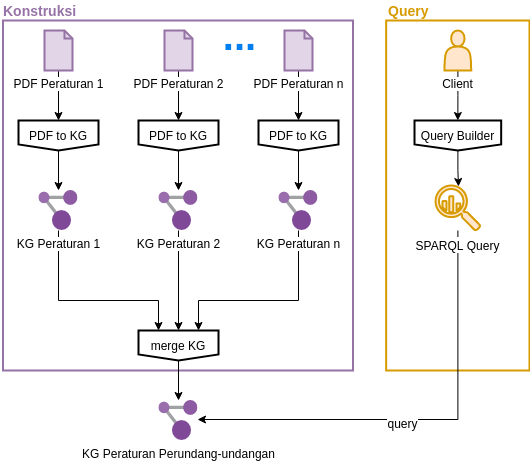
Before: paper/pictures/outline.png, a diagram exported from draw.io (aabccd021/legal-kg). Source tidied: cells renumbered, new cells last; positions are measured from the earlier drawing's top-left corner, leaving out a move shared by most shapes. The source it was exported from:
```xml
<mxGraphModel background="#FFFFFF">
  <root>
    <mxCell id="0" />
    <mxCell id="1" parent="0" />
    <mxCell id="2" style="rounded=0;whiteSpace=wrap;html=1;labelBackgroundColor=white;sketch=0;strokeWidth=2;fontSize=12;strokeColor=#d79b00;fillColor=none;" parent="1" vertex="1">
      <mxGeometry x="385.7" y="20" width="143.3" height="350" as="geometry" />
    </mxCell>
    <mxCell id="3" style="whiteSpace=wrap;html=1;labelBackgroundColor=white;sketch=0;strokeWidth=2;strokeColor=#9673a6;" parent="1" vertex="1">
      <mxGeometry x="2.5" y="20" width="350" height="350" as="geometry" />
    </mxCell>
    <mxCell id="4" style="edgeStyle=orthogonalEdgeStyle;rounded=0;jettySize=auto;html=1;fontColor=#0080F0;" parent="1" edge="1" source="5" target="22">
      <mxGeometry relative="1" as="geometry" />
    </mxCell>
    <mxCell id="5" value="PDF Peraturan 1" style="html=1;verticalLabelPosition=bottom;align=center;labelBackgroundColor=#ffffff;verticalAlign=top;strokeWidth=2;strokeColor=#9673a6;shadow=0;dashed=0;shape=mxgraph.ios7.icons.document;fillColor=#e1d5e7;" parent="1" vertex="1">
      <mxGeometry x="44" y="30" width="28" height="40" as="geometry" />
    </mxCell>
    <mxCell id="6" style="edgeStyle=orthogonalEdgeStyle;rounded=0;jettySize=auto;html=1;fontColor=#0080F0;" parent="1" edge="1" source="7" target="20">
      <mxGeometry relative="1" as="geometry" />
    </mxCell>
    <mxCell id="7" value="PDF Peraturan 2" style="html=1;verticalLabelPosition=bottom;align=center;labelBackgroundColor=#ffffff;verticalAlign=top;strokeWidth=2;strokeColor=#9673a6;shadow=0;dashed=0;shape=mxgraph.ios7.icons.document;fillColor=#e1d5e7;" parent="1" vertex="1">
      <mxGeometry x="164" y="30" width="28" height="40" as="geometry" />
    </mxCell>
    <mxCell id="8" style="edgeStyle=orthogonalEdgeStyle;rounded=0;jettySize=auto;html=1;entryX=0.5;entryY=0;entryDx=0;entryDy=0;fontColor=#0080F0;" parent="1" edge="1" source="9" target="18">
      <mxGeometry relative="1" as="geometry" />
    </mxCell>
    <mxCell id="9" value="PDF Peraturan n" style="html=1;verticalLabelPosition=bottom;align=center;labelBackgroundColor=#ffffff;verticalAlign=top;strokeWidth=2;strokeColor=#9673a6;shadow=0;dashed=0;shape=mxgraph.ios7.icons.document;fillColor=#e1d5e7;" parent="1" vertex="1">
      <mxGeometry x="284" y="30" width="28" height="40" as="geometry" />
    </mxCell>
    <mxCell id="10" value="&lt;font size=&quot;1&quot;&gt;&lt;b style=&quot;font-size: 40px&quot;&gt;...&lt;/b&gt;&lt;/font&gt;" style="text;html=1;align=center;verticalAlign=middle;fontColor=#0080F0;" parent="1" vertex="1">
      <mxGeometry x="214" y="20" width="50" height="30" as="geometry" />
    </mxCell>
    <mxCell id="11" style="edgeStyle=orthogonalEdgeStyle;rounded=0;jettySize=auto;html=1;entryX=0.25;entryY=0;entryDx=0;entryDy=0;fontColor=#0080F0;" parent="1" edge="1" source="12" target="24">
      <mxGeometry relative="1" as="geometry">
        <Array as="points">
          <mxPoint x="58" y="300" />
          <mxPoint x="158" y="300" />
        </Array>
      </mxGeometry>
    </mxCell>
    <mxCell id="12" value="KG Peraturan 1" style="html=1;points=[];align=center;image;fontSize=12;image=img/lib/mscae/Resource_Graph_Explorer.svg;strokeColor=#000000;strokeWidth=2;fillColor=#ffffff;sketch=0;" parent="1" vertex="1">
      <mxGeometry x="38.4" y="190" width="39.2" height="40" as="geometry" />
    </mxCell>
    <mxCell id="13" style="edgeStyle=orthogonalEdgeStyle;rounded=0;jettySize=auto;html=1;fontColor=#0080F0;" parent="1" edge="1" source="14" target="24">
      <mxGeometry relative="1" as="geometry" />
    </mxCell>
    <mxCell id="14" value="KG Peraturan 2" style="html=1;points=[];align=center;image;fontSize=12;image=img/lib/mscae/Resource_Graph_Explorer.svg;strokeColor=#000000;strokeWidth=2;fillColor=#ffffff;sketch=0;" parent="1" vertex="1">
      <mxGeometry x="158.4" y="190" width="39.2" height="40" as="geometry" />
    </mxCell>
    <mxCell id="15" style="edgeStyle=orthogonalEdgeStyle;rounded=0;jettySize=auto;html=1;entryX=0.75;entryY=0;entryDx=0;entryDy=0;fontColor=#0080F0;" parent="1" edge="1" source="16" target="24">
      <mxGeometry relative="1" as="geometry">
        <Array as="points">
          <mxPoint x="298" y="300" />
          <mxPoint x="198" y="300" />
        </Array>
      </mxGeometry>
    </mxCell>
    <mxCell id="16" value="KG Peraturan n" style="html=1;points=[];align=center;image;fontSize=12;image=img/lib/mscae/Resource_Graph_Explorer.svg;strokeColor=#000000;strokeWidth=2;fillColor=#ffffff;sketch=0;" parent="1" vertex="1">
      <mxGeometry x="278.4" y="190" width="39.2" height="40" as="geometry" />
    </mxCell>
    <mxCell id="17" style="edgeStyle=orthogonalEdgeStyle;rounded=0;jettySize=auto;html=1;fontColor=#0080F0;" parent="1" edge="1" source="18" target="16">
      <mxGeometry relative="1" as="geometry" />
    </mxCell>
    <mxCell id="18" value="PDF to KG" style="shape=offPageConnector;whiteSpace=wrap;html=1;labelBackgroundColor=white;sketch=0;strokeWidth=2;size=0.2;" parent="1" vertex="1">
      <mxGeometry x="258" y="120" width="80" height="30" as="geometry" />
    </mxCell>
    <mxCell id="19" style="edgeStyle=orthogonalEdgeStyle;rounded=0;jettySize=auto;html=1;fontColor=#0080F0;" parent="1" edge="1" source="20" target="14">
      <mxGeometry relative="1" as="geometry" />
    </mxCell>
    <mxCell id="20" value="PDF to KG" style="shape=offPageConnector;whiteSpace=wrap;html=1;labelBackgroundColor=white;sketch=0;strokeWidth=2;size=0.2;" parent="1" vertex="1">
      <mxGeometry x="138" y="120" width="80" height="30" as="geometry" />
    </mxCell>
    <mxCell id="21" style="edgeStyle=orthogonalEdgeStyle;rounded=0;jettySize=auto;html=1;fontColor=#0080F0;" parent="1" edge="1" source="22" target="12">
      <mxGeometry relative="1" as="geometry" />
    </mxCell>
    <mxCell id="22" value="PDF to KG" style="shape=offPageConnector;whiteSpace=wrap;html=1;labelBackgroundColor=white;sketch=0;strokeWidth=2;size=0.2;" parent="1" vertex="1">
      <mxGeometry x="18" y="120" width="80" height="30" as="geometry" />
    </mxCell>
    <mxCell id="23" style="edgeStyle=orthogonalEdgeStyle;rounded=0;jettySize=auto;html=1;fontColor=#0080F0;" parent="1" edge="1" source="24" target="25">
      <mxGeometry relative="1" as="geometry" />
    </mxCell>
    <mxCell id="24" value="merge KG" style="shape=offPageConnector;whiteSpace=wrap;html=1;labelBackgroundColor=white;sketch=0;strokeWidth=2;size=0.2;" parent="1" vertex="1">
      <mxGeometry x="138" y="330" width="80" height="30" as="geometry" />
    </mxCell>
    <mxCell id="25" value="KG Peraturan Perundang-undangan" style="html=1;points=[];align=center;image;fontSize=12;image=img/lib/mscae/Resource_Graph_Explorer.svg;strokeColor=#000000;strokeWidth=2;fillColor=#ffffff;sketch=0;" parent="1" vertex="1">
      <mxGeometry x="158.4" y="400" width="39.2" height="40" as="geometry" />
    </mxCell>
    <mxCell id="26" value="Konstruksi" style="text;html=1;align=left;verticalAlign=middle;whiteSpace=wrap;rounded=0;labelBackgroundColor=white;sketch=0;fontColor=#9673A6;fontSize=14;fontStyle=1;" parent="1" vertex="1">
      <mxGeometry x="0.5" width="40" height="20" as="geometry" />
    </mxCell>
    <mxCell id="27" style="edgeStyle=orthogonalEdgeStyle;rounded=0;jettySize=auto;html=1;entryX=0.985;entryY=0.475;entryDx=0;entryDy=0;entryPerimeter=0;fontSize=12;fontColor=#000000;" parent="1" edge="1" source="29" target="25">
      <mxGeometry relative="1" as="geometry">
        <Array as="points">
          <mxPoint x="457" y="419" />
        </Array>
      </mxGeometry>
    </mxCell>
    <mxCell id="28" value="query" style="edgeLabel;html=1;align=center;verticalAlign=middle;fontSize=12;fontColor=#000000;" parent="27" vertex="1">
      <mxGeometry x="0.09" y="3" relative="1" as="geometry" />
    </mxCell>
    <mxCell id="29" value="&lt;font style=&quot;font-size: 12px&quot;&gt;SPARQL Query&lt;/font&gt;" style="html=1;strokeColor=#d79b00;shadow=0;align=center;verticalAlign=top;shape=mxgraph.gcp2.big_query;labelBackgroundColor=white;sketch=0;fontSize=14;fillColor=#ffe6cc;strokeWidth=2;labelPosition=center;verticalLabelPosition=bottom;" parent="1" vertex="1">
      <mxGeometry x="435.1" y="185" width="44.5" height="45" as="geometry" />
    </mxCell>
    <mxCell id="30" style="edgeStyle=orthogonalEdgeStyle;rounded=0;jettySize=auto;html=1;entryX=0.515;entryY=0.022;entryDx=0;entryDy=0;entryPerimeter=0;fontSize=12;fontColor=#000000;" parent="1" edge="1" source="31" target="29">
      <mxGeometry relative="1" as="geometry" />
    </mxCell>
    <mxCell id="31" value="Query Builder" style="shape=offPageConnector;whiteSpace=wrap;html=1;labelBackgroundColor=white;sketch=0;strokeWidth=2;size=0.2;" parent="1" vertex="1">
      <mxGeometry x="414" y="120" width="86.7" height="30" as="geometry" />
    </mxCell>
    <mxCell id="32" style="edgeStyle=orthogonalEdgeStyle;rounded=0;jettySize=auto;html=1;entryX=0.5;entryY=0;entryDx=0;entryDy=0;fontSize=12;fontColor=#000000;" parent="1" edge="1" source="33" target="31">
      <mxGeometry relative="1" as="geometry" />
    </mxCell>
    <mxCell id="33" value="Client" style="shape=actor;whiteSpace=wrap;html=1;labelBackgroundColor=white;sketch=0;strokeWidth=2;fontSize=12;labelPosition=center;verticalLabelPosition=bottom;align=center;verticalAlign=top;strokeColor=#d79b00;fillColor=#ffe6cc;" parent="1" vertex="1">
      <mxGeometry x="444" y="30" width="26.7" height="40" as="geometry" />
    </mxCell>
    <mxCell id="34" value="&lt;font color=&quot;#d79b00&quot;&gt;Query&lt;/font&gt;" style="text;html=1;align=left;verticalAlign=middle;whiteSpace=wrap;rounded=0;labelBackgroundColor=white;sketch=0;fontColor=#9673A6;fontSize=14;fontStyle=1;" parent="1" vertex="1">
      <mxGeometry x="385.7" width="40" height="20" as="geometry" />
    </mxCell>
  </root>
</mxGraphModel>
```
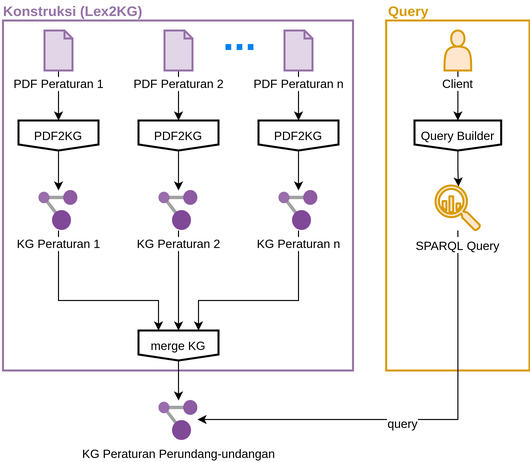
The same file after the commit.

Change to the diagram source:
```diff
@@ -60,19 +60,19 @@
     <mxCell id="17" style="edgeStyle=orthogonalEdgeStyle;rounded=0;jettySize=auto;html=1;fontColor=#0080F0;" parent="1" edge="1" source="18" target="16">
       <mxGeometry relative="1" as="geometry" />
     </mxCell>
-    <mxCell id="18" value="PDF to KG" style="shape=offPageConnector;whiteSpace=wrap;html=1;labelBackgroundColor=white;sketch=0;strokeWidth=2;size=0.2;" parent="1" vertex="1">
+    <mxCell id="18" value="PDF2KG" style="shape=offPageConnector;whiteSpace=wrap;html=1;labelBackgroundColor=white;sketch=0;strokeWidth=2;size=0.2;" parent="1" vertex="1">
       <mxGeometry x="258" y="120" width="80" height="30" as="geometry" />
     </mxCell>
     <mxCell id="19" style="edgeStyle=orthogonalEdgeStyle;rounded=0;jettySize=auto;html=1;fontColor=#0080F0;" parent="1" edge="1" source="20" target="14">
       <mxGeometry relative="1" as="geometry" />
     </mxCell>
-    <mxCell id="20" value="PDF to KG" style="shape=offPageConnector;whiteSpace=wrap;html=1;labelBackgroundColor=white;sketch=0;strokeWidth=2;size=0.2;" parent="1" vertex="1">
+    <mxCell id="20" value="PDF2KG" style="shape=offPageConnector;whiteSpace=wrap;html=1;labelBackgroundColor=white;sketch=0;strokeWidth=2;size=0.2;" parent="1" vertex="1">
       <mxGeometry x="138" y="120" width="80" height="30" as="geometry" />
     </mxCell>
     <mxCell id="21" style="edgeStyle=orthogonalEdgeStyle;rounded=0;jettySize=auto;html=1;fontColor=#0080F0;" parent="1" edge="1" source="22" target="12">
       <mxGeometry relative="1" as="geometry" />
     </mxCell>
-    <mxCell id="22" value="PDF to KG" style="shape=offPageConnector;whiteSpace=wrap;html=1;labelBackgroundColor=white;sketch=0;strokeWidth=2;size=0.2;" parent="1" vertex="1">
+    <mxCell id="22" value="PDF2KG" style="shape=offPageConnector;whiteSpace=wrap;html=1;labelBackgroundColor=white;sketch=0;strokeWidth=2;size=0.2;" parent="1" vertex="1">
       <mxGeometry x="18" y="120" width="80" height="30" as="geometry" />
     </mxCell>
     <mxCell id="23" style="edgeStyle=orthogonalEdgeStyle;rounded=0;jettySize=auto;html=1;fontColor=#0080F0;" parent="1" edge="1" source="24" target="25">
@@ -84,8 +84,8 @@
     <mxCell id="25" value="KG Peraturan Perundang-undangan" style="html=1;points=[];align=center;image;fontSize=12;image=img/lib/mscae/Resource_Graph_Explorer.svg;strokeColor=#000000;strokeWidth=2;fillColor=#ffffff;sketch=0;" parent="1" vertex="1">
       <mxGeometry x="158.4" y="400" width="39.2" height="40" as="geometry" />
     </mxCell>
-    <mxCell id="26" value="Konstruksi" style="text;html=1;align=left;verticalAlign=middle;whiteSpace=wrap;rounded=0;labelBackgroundColor=white;sketch=0;fontColor=#9673A6;fontSize=14;fontStyle=1;" parent="1" vertex="1">
-      <mxGeometry x="0.5" width="40" height="20" as="geometry" />
+    <mxCell id="26" value="Konstruksi (Lex2KG)" style="text;html=1;align=left;verticalAlign=middle;whiteSpace=wrap;rounded=0;labelBackgroundColor=white;sketch=0;fontColor=#9673A6;fontSize=14;fontStyle=1;" parent="1" vertex="1">
+      <mxGeometry x="0.5" width="143.5" height="20" as="geometry" />
     </mxCell>
     <mxCell id="27" style="edgeStyle=orthogonalEdgeStyle;rounded=0;jettySize=auto;html=1;entryX=0.985;entryY=0.475;entryDx=0;entryDy=0;entryPerimeter=0;fontSize=12;fontColor=#000000;" parent="1" edge="1" source="29" target="25">
       <mxGeometry relative="1" as="geometry">
```
